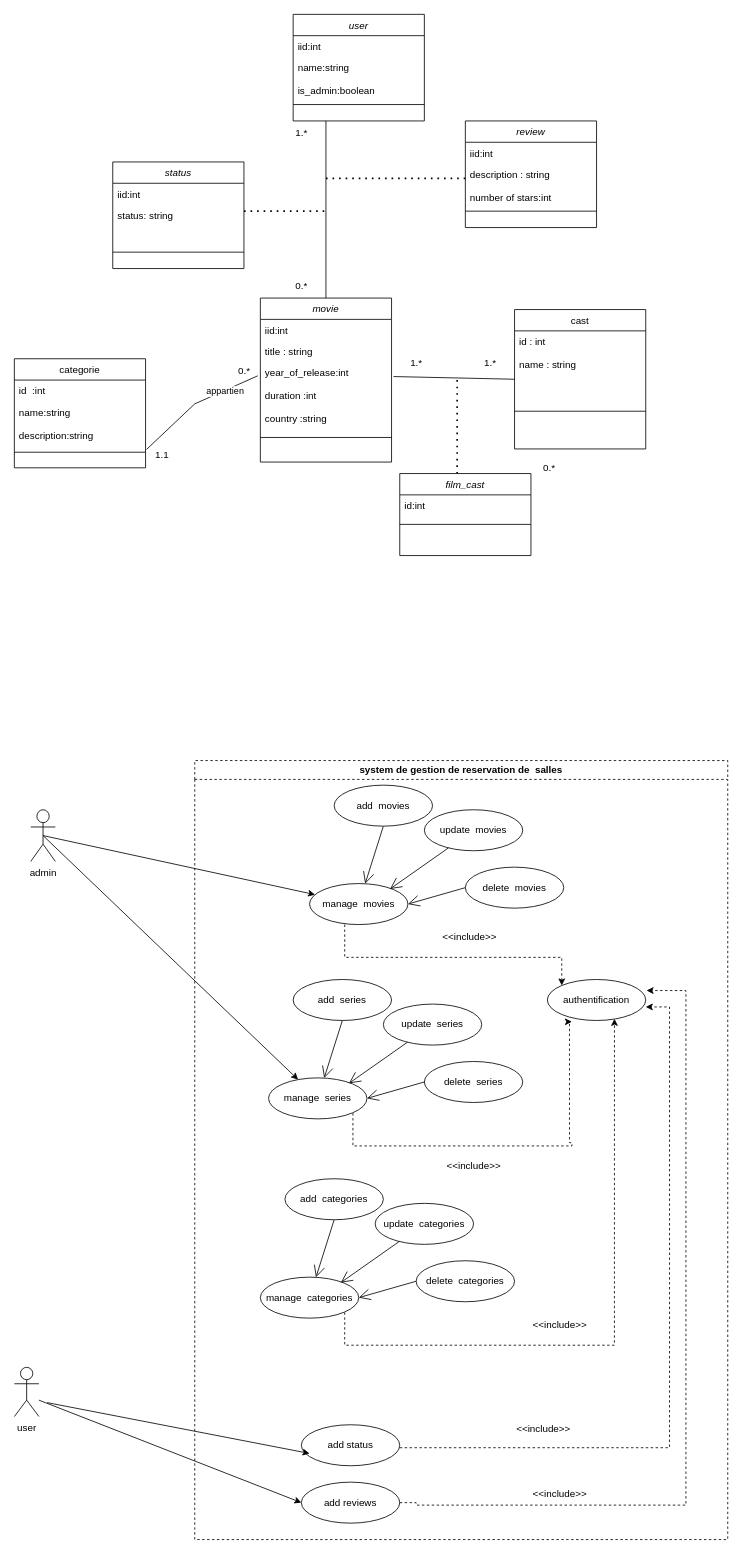
Earlier version of the draw.io diagram Diagramme sans nom.drawio (Fatiroot/dashboard_moviemingle). Source tidied: cells renumbered, new cells numbered last; positions are measured from the earlier drawing's top-left corner, leaving out a move shared by most shapes. Both pictures are drawn from the tidied source at 82%, with x=0, y=0 at pixel (14, 14).
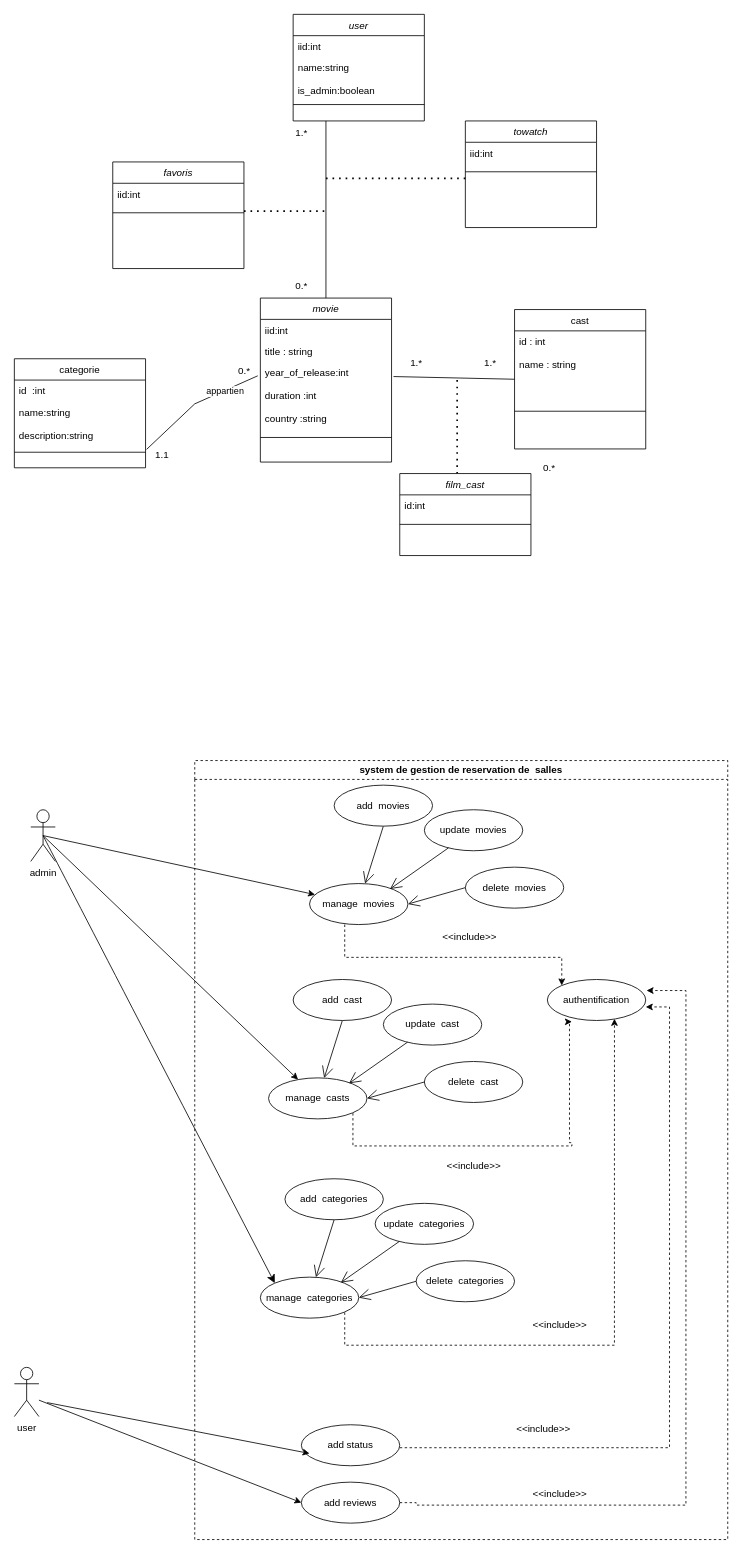
Above is the later version.

Commit message:
diagramme de class et cas d'utilisation

Unchanged cells that the change refers to:
```xml
<mxCell id="43" value="system de gestion de reservation de&amp;nbsp; salles" style="swimlane;whiteSpace=wrap;html=1;dashed=1;" parent="1" vertex="1">
  <mxGeometry x="220" y="910" width="650" height="950" as="geometry" />
</mxCell>
<mxCell id="63" value="manage&amp;nbsp; categories" style="ellipse;whiteSpace=wrap;html=1;" parent="43" vertex="1">
  <mxGeometry x="80" y="630" width="120" height="50" as="geometry" />
</mxCell>
<mxCell id="78" value="admin" style="shape=umlActor;verticalLabelPosition=bottom;verticalAlign=top;html=1;outlineConnect=0;" parent="1" vertex="1">
  <mxGeometry x="20" y="970" width="30" height="63" as="geometry" />
</mxCell>
```

Diff of the diagram source:
```diff
@@
-    <mxCell id="24" value="status" style="swimlane;fontStyle=2;align=center;verticalAlign=top;horizontal=1;startSize=26;rounded=0;shadow=0;strokeWidth=1;" parent="1" vertex="1">
+    <mxCell id="24" value="favoris" style="swimlane;fontStyle=2;align=center;verticalAlign=top;horizontal=1;startSize=26;rounded=0;shadow=0;strokeWidth=1;" parent="1" vertex="1">
       <mxGeometry x="120" y="180" width="160" height="130" as="geometry" />
     </mxCell>
@@
-    <mxCell id="26" value="status: string" style="text;align=left;verticalAlign=top;spacingLeft=4;spacingRight=4;overflow=hidden;rounded=0;shadow=0;html=0;" parent="24" vertex="1">
-      <mxGeometry y="52" width="160" height="48" as="geometry" />
-    </mxCell>
     <mxCell id="27" style="line;html=1;strokeWidth=1;align=left;verticalAlign=middle;spacingTop=-1;spacingLeft=3;spacingRight=3;labelPosition=right;" parent="24" vertex="1">
-      <mxGeometry y="100" width="160" height="20" as="geometry" />
+      <mxGeometry y="52" width="160" height="20" as="geometry" />
     </mxCell>
-    <mxCell id="28" value="review" style="swimlane;fontStyle=2;align=center;verticalAlign=top;horizontal=1;startSize=26;rounded=0;shadow=0;strokeWidth=1;" parent="1" vertex="1">
+    <mxCell id="28" value="towatch" style="swimlane;fontStyle=2;align=center;verticalAlign=top;horizontal=1;startSize=26;rounded=0;shadow=0;strokeWidth=1;" parent="1" vertex="1">
       <mxGeometry x="550" y="130" width="160" height="130" as="geometry" />
     </mxCell>
@@
-    <mxCell id="30" value="description : string&#10;&#10;number of stars:int&#10;" style="text;align=left;verticalAlign=top;spacingLeft=4;spacingRight=4;overflow=hidden;rounded=0;shadow=0;html=0;" parent="28" vertex="1">
-      <mxGeometry y="52" width="160" height="48" as="geometry" />
-    </mxCell>
     <mxCell id="31" style="line;html=1;strokeWidth=1;align=left;verticalAlign=middle;spacingTop=-1;spacingLeft=3;spacingRight=3;labelPosition=right;" parent="28" vertex="1">
-      <mxGeometry y="100" width="160" height="20" as="geometry" />
+      <mxGeometry y="52" width="160" height="20" as="geometry" />
     </mxCell>
@@
-    <mxCell id="55" value="manage&amp;nbsp; series" style="ellipse;whiteSpace=wrap;html=1;" parent="43" vertex="1">
+    <mxCell id="55" value="manage&amp;nbsp; casts" style="ellipse;whiteSpace=wrap;html=1;" parent="43" vertex="1">
       <mxGeometry x="90" y="387" width="120" height="50" as="geometry" />
     </mxCell>
-    <mxCell id="56" value="delete&amp;nbsp; series" style="ellipse;whiteSpace=wrap;html=1;" parent="43" vertex="1">
+    <mxCell id="56" value="delete&amp;nbsp; cast" style="ellipse;whiteSpace=wrap;html=1;" parent="43" vertex="1">
       <mxGeometry x="280" y="367" width="120" height="50" as="geometry" />
     </mxCell>
@@
-    <mxCell id="58" value="add&amp;nbsp; series" style="ellipse;whiteSpace=wrap;html=1;" parent="43" vertex="1">
+    <mxCell id="58" value="add&amp;nbsp; cast" style="ellipse;whiteSpace=wrap;html=1;" parent="43" vertex="1">
       <mxGeometry x="120" y="267" width="120" height="50" as="geometry" />
     </mxCell>
-    <mxCell id="59" value="update&amp;nbsp; series" style="ellipse;whiteSpace=wrap;html=1;" parent="43" vertex="1">
+    <mxCell id="59" value="update&amp;nbsp; cast" style="ellipse;whiteSpace=wrap;html=1;" parent="43" vertex="1">
       <mxGeometry x="230" y="297" width="120" height="50" as="geometry" />
     </mxCell>
@@
+    <mxCell id="84" style="endArrow=classic;html=1;rounded=0;fontSize=12;startSize=8;endSize=8;curved=1;exitX=0.5;exitY=0.5;exitDx=0;exitDy=0;exitPerimeter=0;entryX=0;entryY=0;entryDx=0;entryDy=0;" parent="1" edge="1" source="78" target="63">
+      <mxGeometry relative="1" as="geometry" />
+    </mxCell>
```
